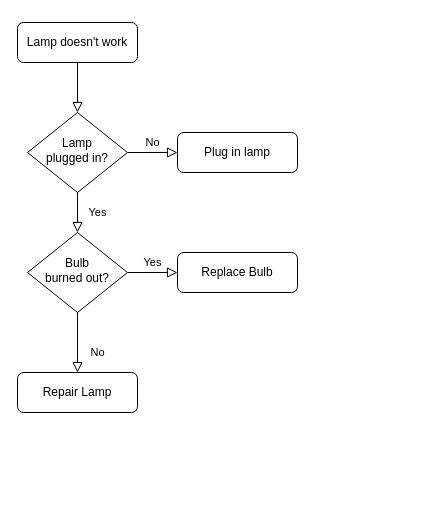
Before: 未命名绘图.drawio in lishaokang/lishaokang.github.io, a draw.io diagram. Source tidied: cells renumbered, new cells numbered last; positions are measured from the earlier drawing's top-left corner, leaving out a move shared by most shapes. Both pictures are drawn from the tidied source at 100%, with x=0, y=0 at pixel (17, 22).
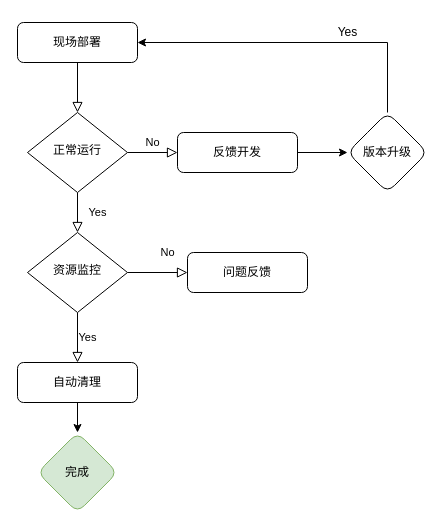
The same diagram, later.

Diff of the diagram source:
```diff
@@
-    <mxCell id="3" value="Lamp doesn't work" style="rounded=1;whiteSpace=wrap;html=1;fontSize=12;glass=0;strokeWidth=1;shadow=0;" parent="1" vertex="1">
+    <mxCell id="3" value="现场部署" style="rounded=1;whiteSpace=wrap;html=1;fontSize=12;glass=0;strokeWidth=1;shadow=0;" parent="1" vertex="1">
       <mxGeometry width="120" height="40" as="geometry" />
     </mxCell>
@@
-    <mxCell id="6" value="Lamp&lt;br&gt;plugged in?" style="rhombus;whiteSpace=wrap;html=1;shadow=0;fontFamily=Helvetica;fontSize=12;align=center;strokeWidth=1;spacing=6;spacingTop=-4;" parent="1" vertex="1">
+    <mxCell id="6" value="正常运行" style="rhombus;whiteSpace=wrap;html=1;shadow=0;fontFamily=Helvetica;fontSize=12;align=center;strokeWidth=1;spacing=6;spacingTop=-4;" parent="1" vertex="1">
       <mxGeometry x="10" y="90" width="100" height="80" as="geometry" />
     </mxCell>
+    <mxCell id="13" style="edgeStyle=orthogonalEdgeStyle;rounded=0;jettySize=auto;html=1;" parent="1" edge="1" source="7" target="17">
+      <mxGeometry relative="1" as="geometry" />
+    </mxCell>
-    <mxCell id="7" value="Plug in lamp" style="rounded=1;whiteSpace=wrap;html=1;fontSize=12;glass=0;strokeWidth=1;shadow=0;" parent="1" vertex="1">
+    <mxCell id="7" value="反馈开发" style="rounded=1;whiteSpace=wrap;html=1;fontSize=12;glass=0;strokeWidth=1;shadow=0;" parent="1" vertex="1">
       <mxGeometry x="160" y="110" width="120" height="40" as="geometry" />
     </mxCell>
@@
-    <mxCell id="10" value="Bulb&lt;br&gt;burned out?" style="rhombus;whiteSpace=wrap;html=1;shadow=0;fontFamily=Helvetica;fontSize=12;align=center;strokeWidth=1;spacing=6;spacingTop=-4;" parent="1" vertex="1">
+    <mxCell id="10" value="资源监控" style="rhombus;whiteSpace=wrap;html=1;shadow=0;fontFamily=Helvetica;fontSize=12;align=center;strokeWidth=1;spacing=6;spacingTop=-4;" parent="1" vertex="1">
       <mxGeometry x="10" y="210" width="100" height="80" as="geometry" />
     </mxCell>
-    <mxCell id="11" value="Repair Lamp" style="rounded=1;whiteSpace=wrap;html=1;fontSize=12;glass=0;strokeWidth=1;shadow=0;" parent="1" vertex="1">
-      <mxGeometry y="350" width="120" height="40" as="geometry" />
+    <mxCell id="11" value="问题反馈" style="rounded=1;whiteSpace=wrap;html=1;fontSize=12;glass=0;strokeWidth=1;shadow=0;" parent="1" vertex="1">
+      <mxGeometry x="170" y="230" width="120" height="40" as="geometry" />
     </mxCell>
+    <mxCell id="14" style="edgeStyle=orthogonalEdgeStyle;rounded=0;jettySize=auto;html=1;" parent="1" edge="1" source="12" target="15">
+      <mxGeometry relative="1" as="geometry" />
+    </mxCell>
-    <mxCell id="12" value="Replace Bulb" style="rounded=1;whiteSpace=wrap;html=1;fontSize=12;glass=0;strokeWidth=1;shadow=0;" parent="1" vertex="1">
-      <mxGeometry x="160" y="230" width="120" height="40" as="geometry" />
+    <mxCell id="12" value="自动清理" style="rounded=1;whiteSpace=wrap;html=1;fontSize=12;glass=0;strokeWidth=1;shadow=0;" parent="1" vertex="1">
+      <mxGeometry y="340" width="120" height="40" as="geometry" />
     </mxCell>
+    <mxCell id="15" value="完成" style="rhombus;whiteSpace=wrap;html=1;rounded=1;glass=0;strokeWidth=1;shadow=0;fillColor=#d5e8d4;strokeColor=#82b366;" parent="1" vertex="1">
+      <mxGeometry x="20" y="410" width="80" height="80" as="geometry" />
+    </mxCell>
+    <mxCell id="16" style="edgeStyle=orthogonalEdgeStyle;rounded=0;jettySize=auto;html=1;entryX=1;entryY=0.5;entryDx=0;entryDy=0;exitX=0.5;exitY=0;exitDx=0;exitDy=0;" parent="1" edge="1" source="17" target="3">
+      <mxGeometry relative="1" as="geometry">
+        <Array as="points">
+          <mxPoint x="370" y="20" />
+        </Array>
+      </mxGeometry>
+    </mxCell>
+    <mxCell id="17" value="版本升级" style="rhombus;whiteSpace=wrap;html=1;rounded=1;glass=0;strokeWidth=1;shadow=0;" parent="1" vertex="1">
+      <mxGeometry x="330" y="90" width="80" height="80" as="geometry" />
+    </mxCell>
+    <mxCell id="18" value="Yes" style="text;html=1;align=center;verticalAlign=middle;strokeColor=none;fillColor=none;" parent="1" vertex="1">
+      <mxGeometry x="310" y="-5" width="40" height="30" as="geometry" />
+    </mxCell>
```
